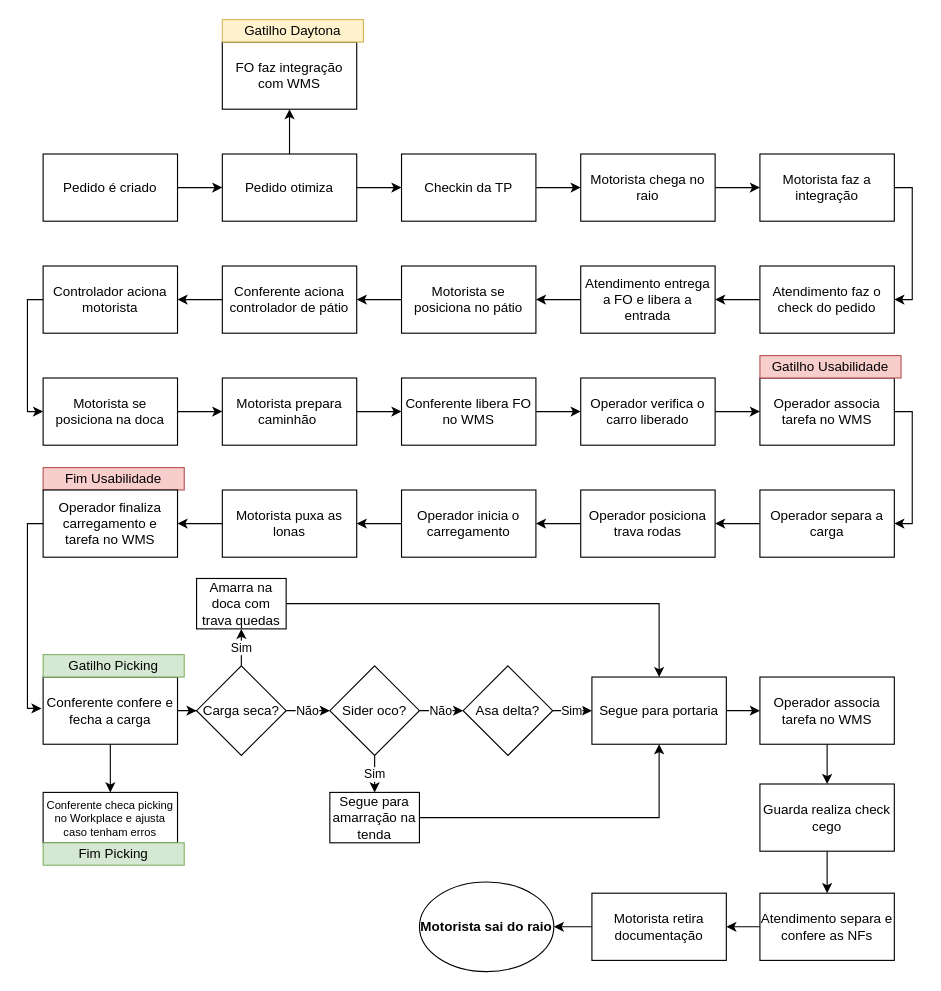
This is WMS - Carregamento.drawio from VictorAlvesMatias/fluxogramas, a draw.io file, before an edit. Source tidied: cells renumbered, new cells numbered last; positions are measured from the earlier drawing's top-left corner, leaving out a move shared by most shapes. Both pictures are drawn from the tidied source at 112%, with x=0, y=0 at pixel (27, 19).
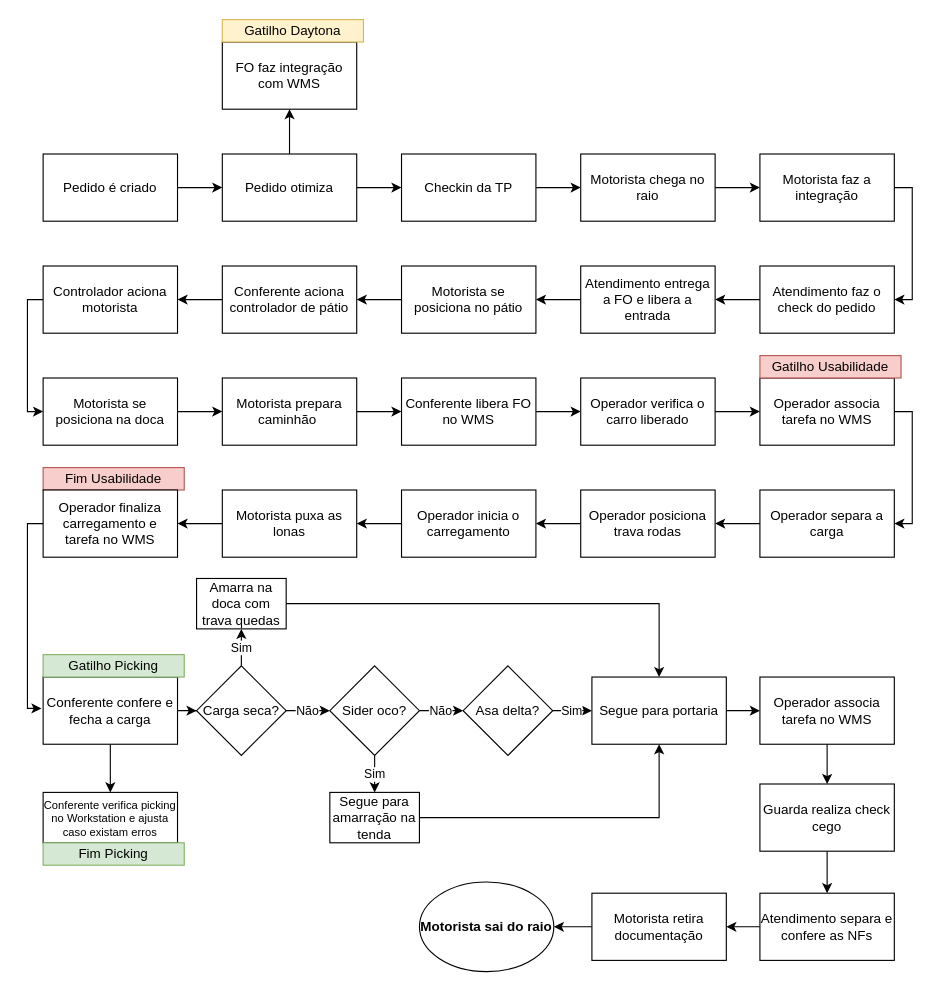
The same diagram, later.

Change to the diagram source:
```diff
@@
-    <mxCell id="66" value="Conferente checa picking no Workplace e ajusta caso tenham erros" style="rounded=0;whiteSpace=wrap;html=1;fontSize=10;" parent="1" vertex="1">
+    <mxCell id="66" value="Conferente verifica picking no Workstation e ajusta caso existam erros" style="rounded=0;whiteSpace=wrap;html=1;fontSize=10;" parent="1" vertex="1">
       <mxGeometry x="14" y="690" width="120" height="45" as="geometry" />
     </mxCell>
```
